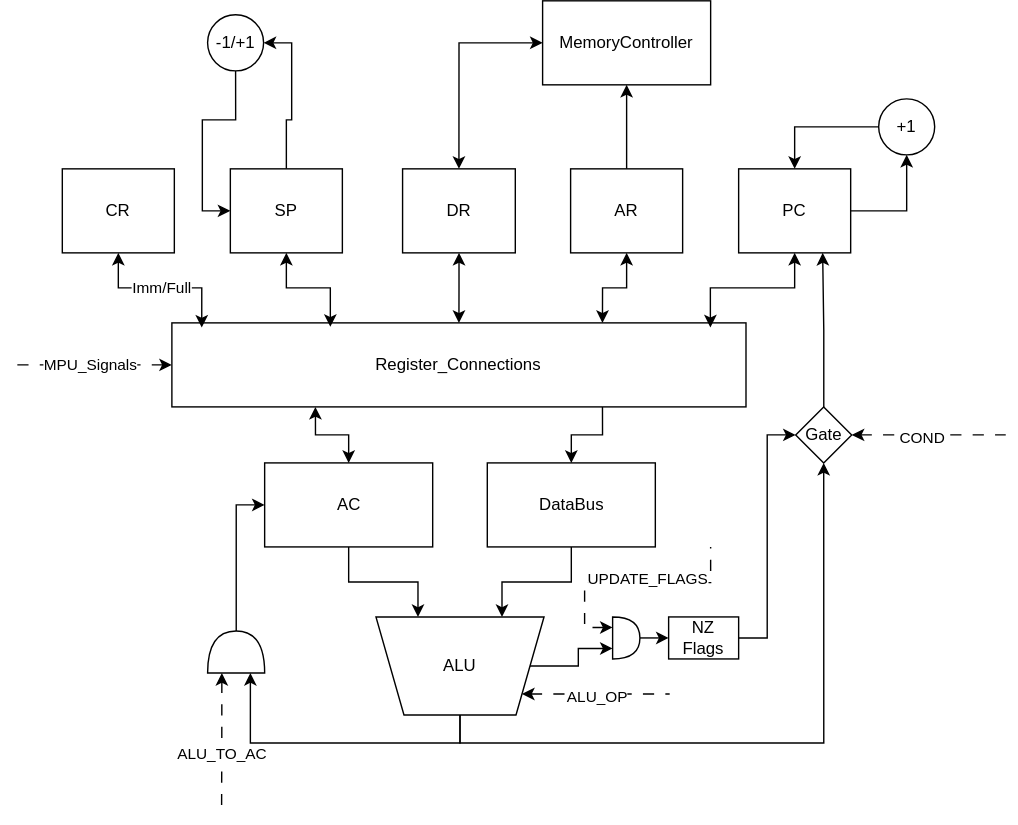
This is datapath.svg from zhabka-zadushnila/csa_lab4, a draw.io export, as it was before one commit. Source tidied: cells renumbered, new cells last; positions are measured from the earlier drawing's top-left corner, leaving out a move shared by most shapes.
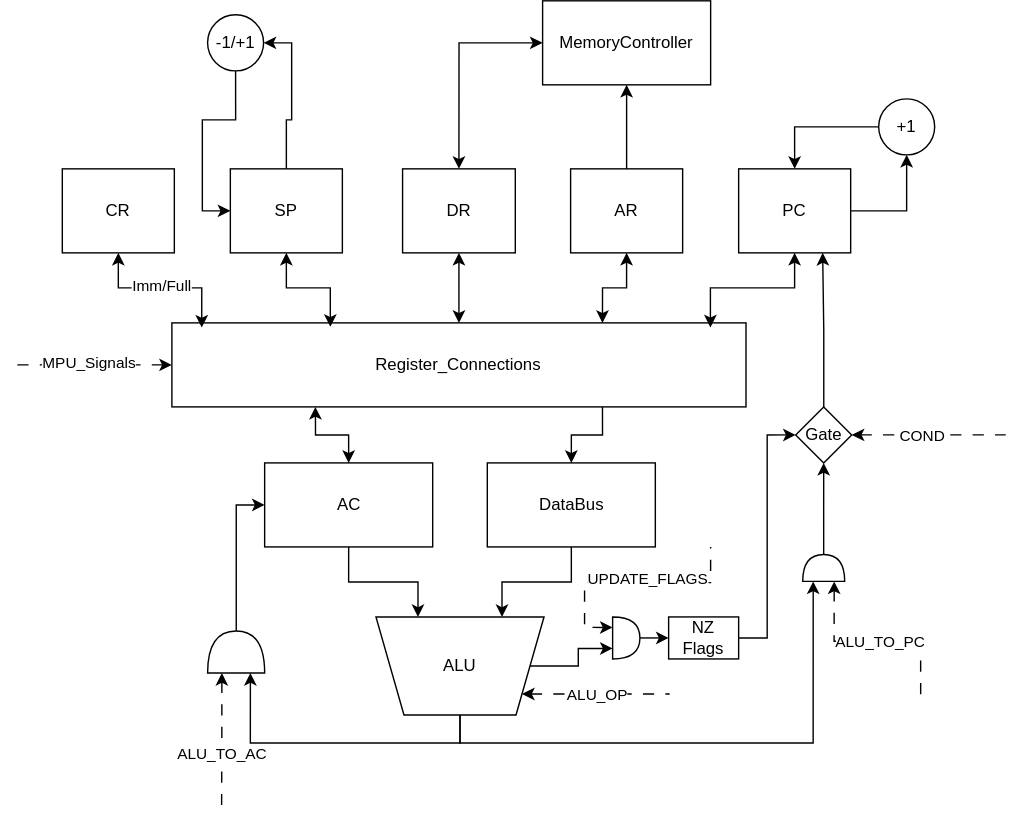
The same diagram one commit later.

Diff of the diagram source:
```diff
@@ -59,7 +59,7 @@
     <mxCell id="18" value="ALU_OP" style="edgeLabel;html=1;align=center;verticalAlign=middle;" parent="17" vertex="1">
       <mxGeometry x="0.01" y="-1" relative="1" as="geometry" />
     </mxCell>
-    <mxCell id="19" style="edgeStyle=orthogonalEdgeStyle;rounded=0;jettySize=auto;html=1;entryX=0.5;entryY=1;entryDx=0;entryDy=0;exitX=0.5;exitY=0;exitDx=0;exitDy=0;" parent="1" edge="1" source="21" target="40">
+    <mxCell id="19" style="edgeStyle=orthogonalEdgeStyle;rounded=0;jettySize=auto;html=1;exitX=0.5;exitY=0;exitDx=0;exitDy=0;entryX=0;entryY=0.25;entryDx=0;entryDy=0;entryPerimeter=0;" parent="1" edge="1" source="21" target="54">
       <mxGeometry relative="1" as="geometry" />
     </mxCell>
     <mxCell id="20" style="edgeStyle=orthogonalEdgeStyle;rounded=0;jettySize=auto;html=1;entryX=0;entryY=0.75;entryDx=0;entryDy=0;entryPerimeter=0;" parent="1" edge="1" source="21" target="50">
@@ -163,5 +163,19 @@
     <mxCell id="50" style="shape=or;whiteSpace=wrap;html=1;" parent="1" vertex="1">
       <mxGeometry x="430" y="440" width="19.5" height="30" as="geometry" />
     </mxCell>
+    <mxCell id="51" style="edgeStyle=orthogonalEdgeStyle;rounded=0;jettySize=auto;html=1;exitX=0;exitY=0.75;exitDx=0;exitDy=0;exitPerimeter=0;endArrow=none;endFill=0;startArrow=classic;startFill=1;dashed=1;dashPattern=8 8;" parent="1" edge="1" source="54">
+      <mxGeometry relative="1" as="geometry">
+        <mxPoint x="650" y="500" as="targetPoint" />
+      </mxGeometry>
+    </mxCell>
+    <mxCell id="52" value="ALU_TO_PC" style="edgeLabel;html=1;align=center;verticalAlign=middle;" parent="51" vertex="1">
+      <mxGeometry x="0.02" relative="1" as="geometry" />
+    </mxCell>
+    <mxCell id="53" style="edgeStyle=orthogonalEdgeStyle;rounded=0;jettySize=auto;html=1;entryX=0.5;entryY=1;entryDx=0;entryDy=0;" parent="1" edge="1" source="54" target="40">
+      <mxGeometry relative="1" as="geometry" />
+    </mxCell>
+    <mxCell id="54" style="shape=or;whiteSpace=wrap;html=1;rotation=-90;" parent="1" vertex="1">
+      <mxGeometry x="571.1" y="390" width="19.2" height="30" as="geometry" />
+    </mxCell>
   </root>
 </mxGraphModel>
```
